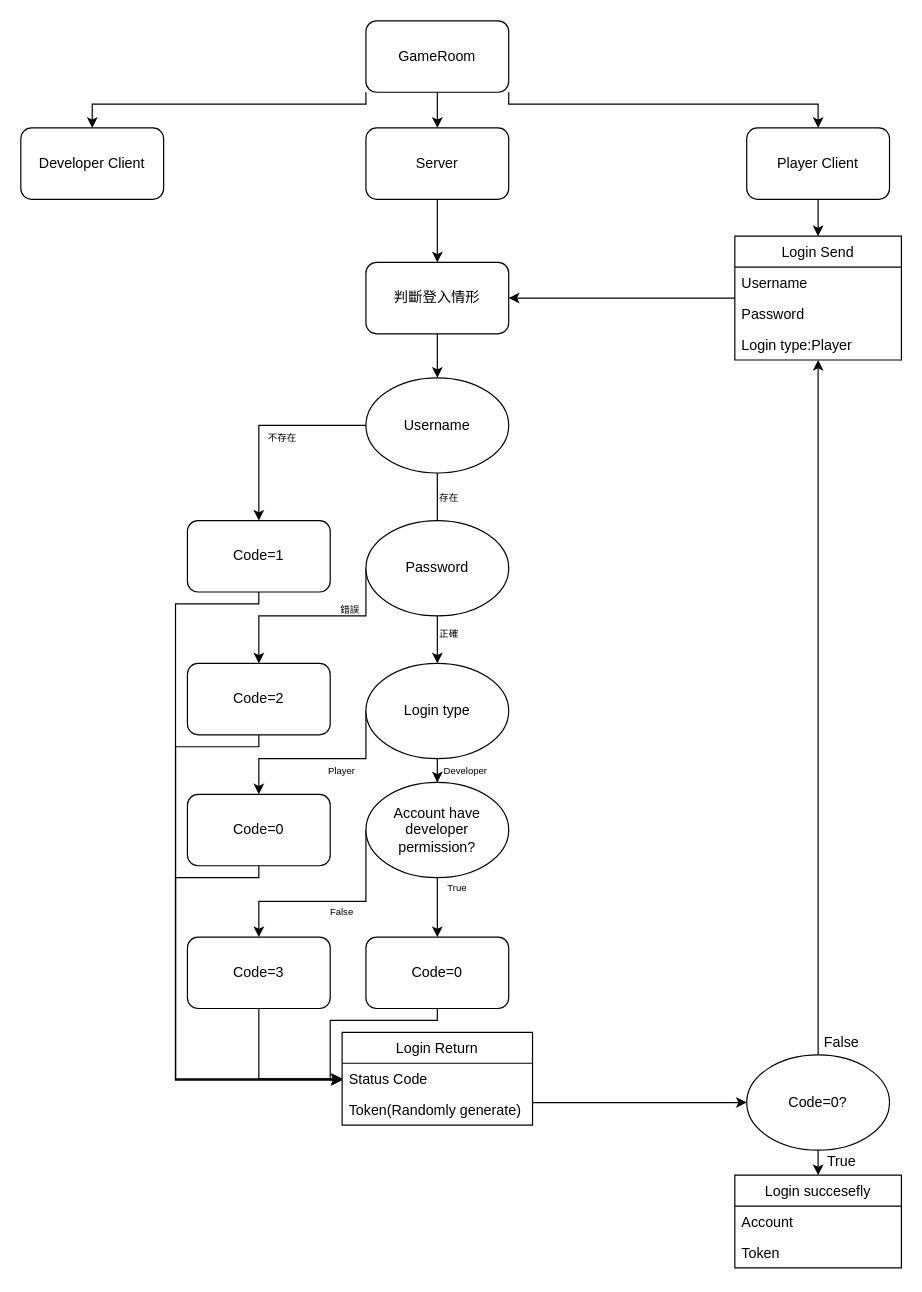
The draw.io diagram Untitled Diagram.drawio in honeming/GameRoom, before the edit. Source tidied: cells renumbered, new cells numbered last; positions are measured from the earlier drawing's top-left corner, leaving out a move shared by most shapes. Both pictures are drawn from the tidied source at 119%, with x=0, y=0 at pixel (20, 20).
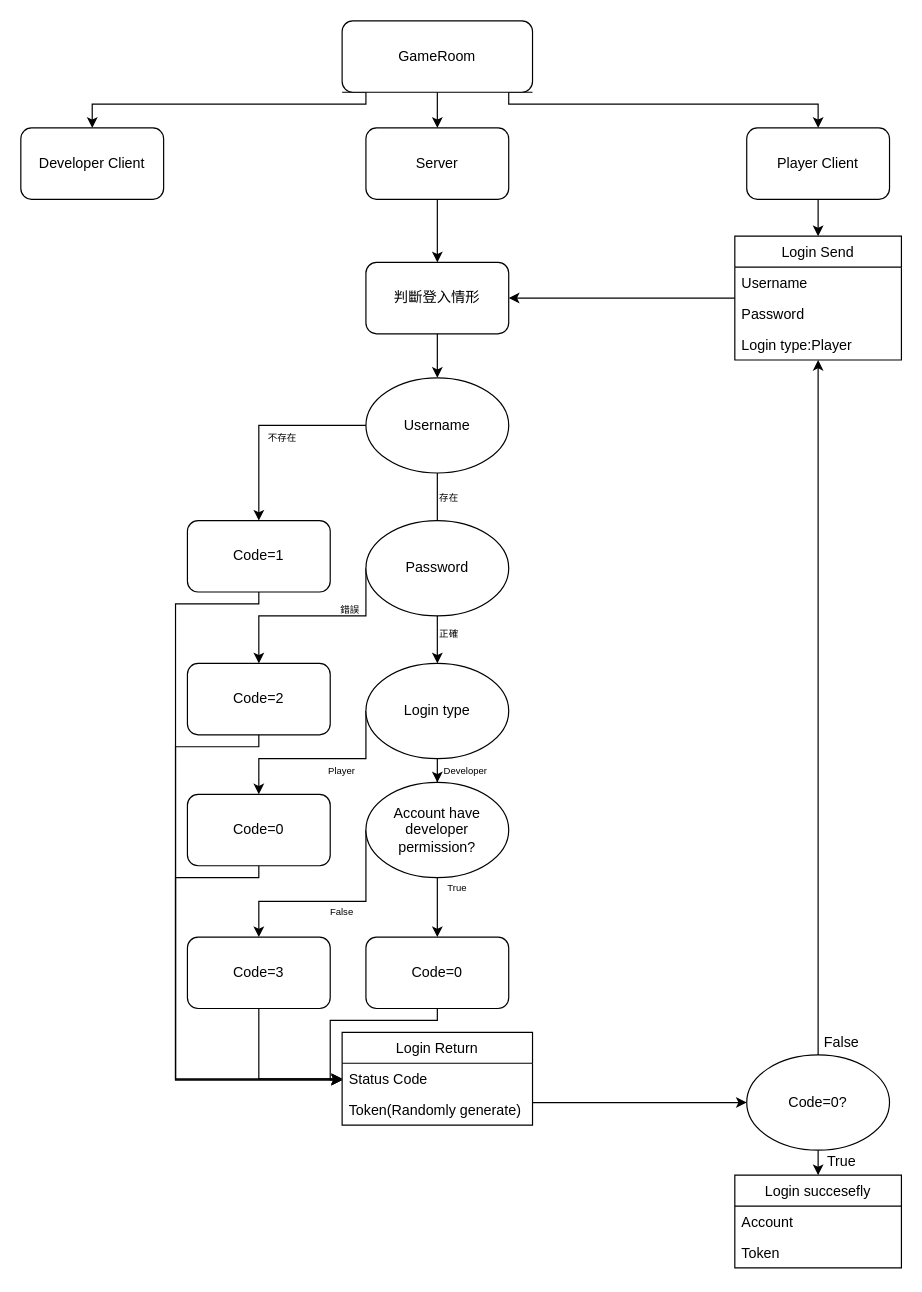
Above is the later version.

Change to the diagram source:
```diff
@@
-    <mxCell id="5" value="GameRoom" style="rounded=1;whiteSpace=wrap;html=1;" parent="1" vertex="1">
-      <mxGeometry x="290" width="120" height="60" as="geometry" />
+    <mxCell id="5" value="GameRoom" style="rounded=1;whiteSpace=wrap;html=1;labelBorderColor=none;" parent="1" vertex="1">
+      <mxGeometry x="270" width="160" height="60" as="geometry" />
     </mxCell>
```
